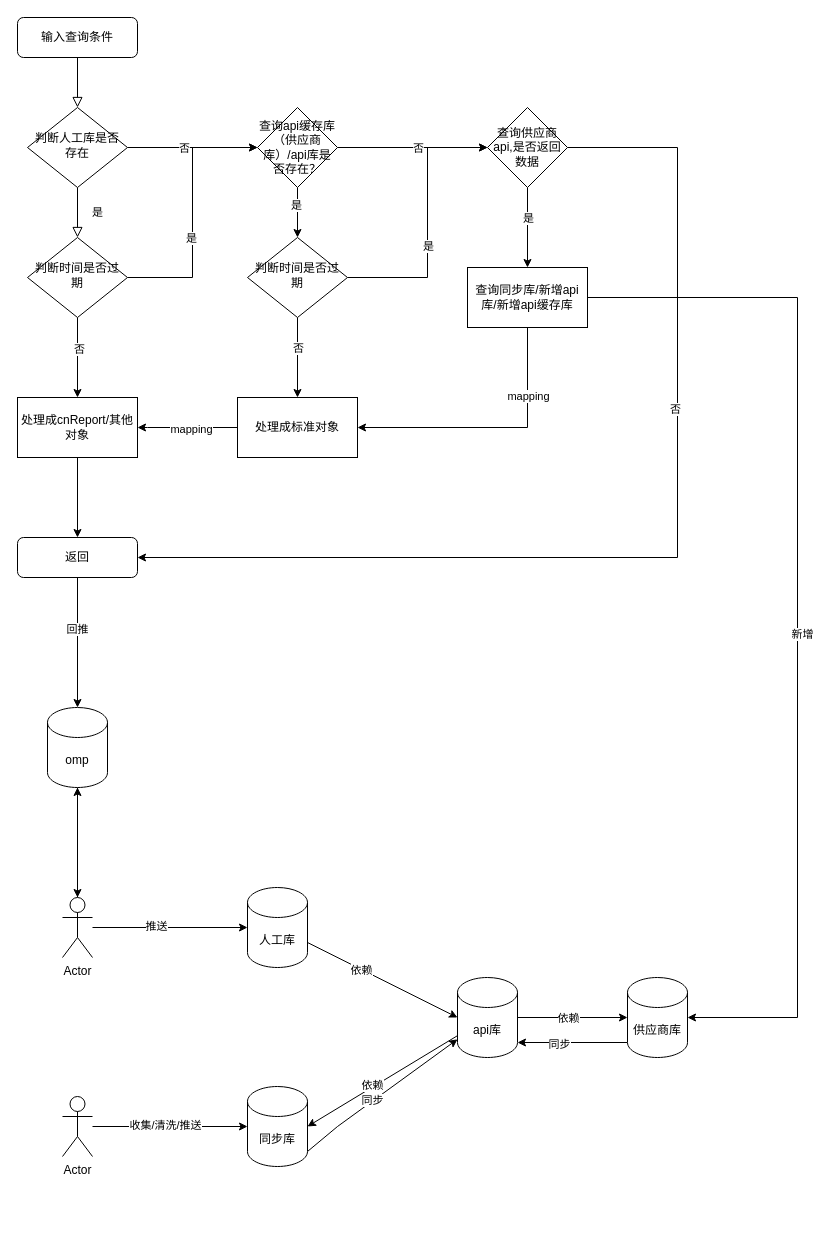
This is 流程图/大数据.drawio from lq460541033/draw_dev, a draw.io file, before an edit. Source tidied: cells renumbered, new cells numbered last; positions are measured from the earlier drawing's top-left corner, leaving out a move shared by most shapes. Both pictures are drawn from the tidied source at 100%, with x=0, y=0 at pixel (17, 17).
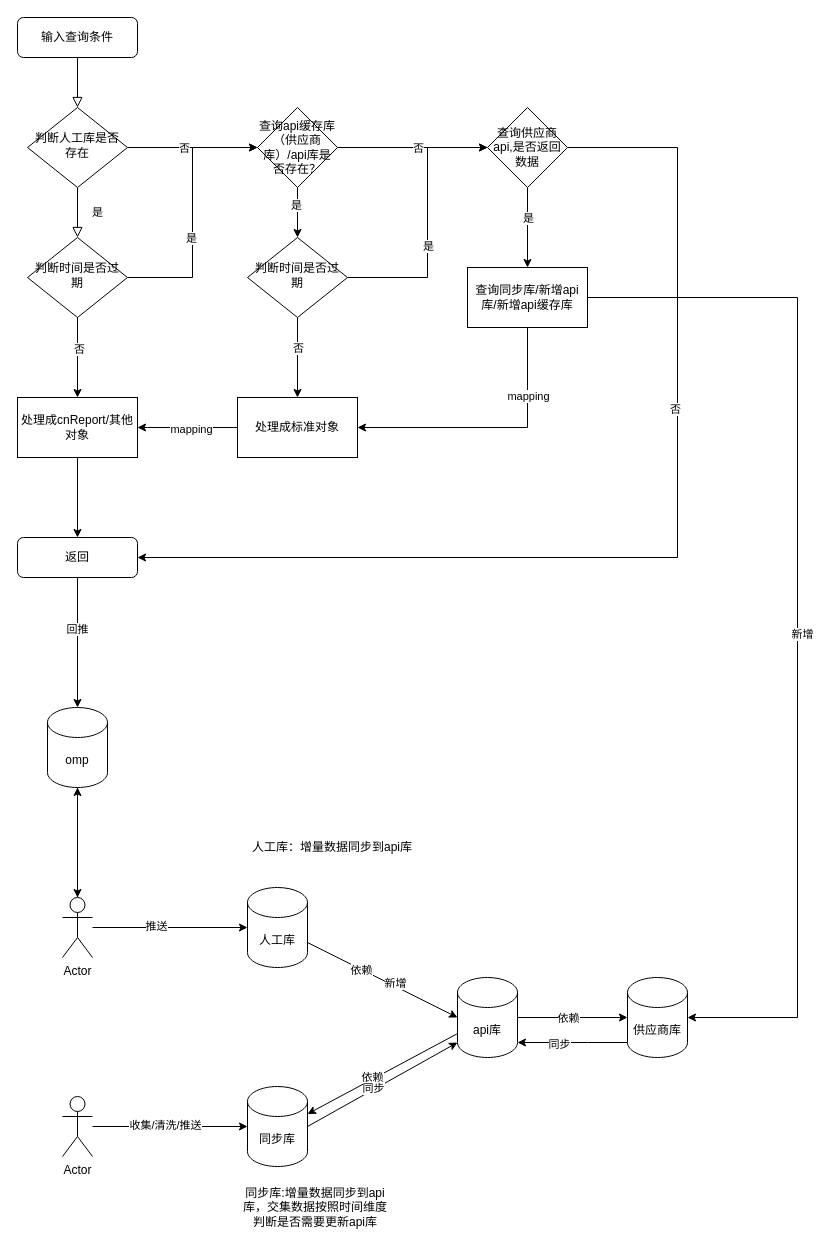
The same diagram, later.

The change refers to these unchanged cells:
```xml
<mxCell id="47" style="rounded=0;jettySize=auto;html=1;entryX=0;entryY=0.5;entryDx=0;entryDy=0;entryPerimeter=0;" parent="1" edge="1" source="49" target="54">
  <mxGeometry relative="1" as="geometry" />
</mxCell>
<mxCell id="54" value="api库" style="shape=cylinder3;whiteSpace=wrap;html=1;boundedLbl=1;backgroundOutline=1;size=15;" parent="1" vertex="1">
  <mxGeometry x="440" y="960" width="60" height="80" as="geometry" />
</mxCell>
<mxCell id="57" value="同步库" style="shape=cylinder3;whiteSpace=wrap;html=1;boundedLbl=1;backgroundOutline=1;size=15;" parent="1" vertex="1">
  <mxGeometry x="230" y="1069" width="60" height="80" as="geometry" />
</mxCell>
<mxCell id="63" value="供应商库" style="shape=cylinder3;whiteSpace=wrap;html=1;boundedLbl=1;backgroundOutline=1;size=15;" parent="1" vertex="1">
  <mxGeometry x="610" y="960" width="60" height="80" as="geometry" />
</mxCell>
```

Change to the diagram source:
```diff
@@
+    <mxCell id="64" value="新增" style="edgeLabel;html=1;align=center;verticalAlign=middle;" parent="47" vertex="1">
+      <mxGeometry x="0.15" y="3" relative="1" as="geometry" />
+    </mxCell>
@@
-    <mxCell id="50" style="edgeStyle=none;rounded=0;jettySize=auto;html=1;entryX=1;entryY=0.5;entryDx=0;entryDy=0;entryPerimeter=0;" parent="1" edge="1" source="54" target="57">
+    <mxCell id="50" style="edgeStyle=none;rounded=0;jettySize=auto;html=1;entryX=1;entryY=0;entryDx=0;entryDy=27.5;entryPerimeter=0;" parent="1" edge="1" source="54" target="57">
       <mxGeometry relative="1" as="geometry" />
     </mxCell>
@@
-    <mxCell id="55" style="rounded=0;jettySize=auto;html=1;exitX=1;exitY=1;exitDx=0;exitDy=-15;exitPerimeter=0;" parent="1" edge="1" source="57" target="54">
-      <mxGeometry relative="1" as="geometry">
-        <Array as="points">
-          <mxPoint x="320" y="1109" />
-        </Array>
-      </mxGeometry>
+    <mxCell id="55" style="rounded=0;jettySize=auto;html=1;exitX=1;exitY=0.5;exitDx=0;exitDy=0;exitPerimeter=0;entryX=0;entryY=1;entryDx=0;entryDy=-15;entryPerimeter=0;" parent="1" edge="1" source="57" target="54">
+      <mxGeometry relative="1" as="geometry" />
     </mxCell>
@@
     <mxCell id="61" style="edgeStyle=orthogonalEdgeStyle;rounded=0;jettySize=auto;html=1;exitX=0;exitY=1;exitDx=0;exitDy=-15;exitPerimeter=0;entryX=1;entryY=1;entryDx=0;entryDy=-15;entryPerimeter=0;" parent="1" edge="1" source="63" target="54">
-      <mxGeometry relative="1" as="geometry" />
+      <mxGeometry relative="1" as="geometry">
+        <Array as="points">
+          <mxPoint x="570" y="1025" />
+          <mxPoint x="570" y="1025" />
+        </Array>
+      </mxGeometry>
     </mxCell>
@@
+    <mxCell id="65" value="同步库:增量数据同步到api库，交集数据按照时间维度判断是否需要更新api库&lt;br&gt;" style="text;html=1;strokeColor=none;fillColor=none;align=center;verticalAlign=middle;whiteSpace=wrap;rounded=0;" parent="1" vertex="1">
+      <mxGeometry x="220" y="1170" width="156" height="40" as="geometry" />
+    </mxCell>
+    <mxCell id="66" value="人工库：增量数据同步到api库&lt;br&gt;" style="text;html=1;strokeColor=none;fillColor=none;align=center;verticalAlign=middle;whiteSpace=wrap;rounded=0;" parent="1" vertex="1">
+      <mxGeometry x="190" y="820" width="250" height="20" as="geometry" />
+    </mxCell>
```
